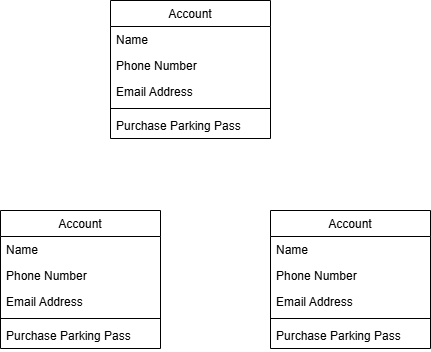
This is init pkpl.drawio.png from anthef/anthef, a draw.io export, as it was before one commit. Source tidied: cells renumbered, new cells last; positions are measured from the earlier drawing's top-left corner, leaving out a move shared by most shapes.
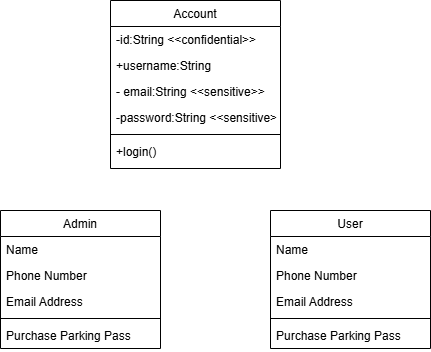
After the change.

What changed in the source:
```diff
@@ -3,24 +3,27 @@
     <mxCell id="0" />
     <mxCell id="1" parent="0" />
     <mxCell id="2" value="Account" style="swimlane;fontStyle=0;align=center;verticalAlign=top;horizontal=1;startSize=26;rounded=0;shadow=0;strokeWidth=1;" parent="1" vertex="1">
-      <mxGeometry x="110" width="160" height="138" as="geometry" />
+      <mxGeometry x="110" width="170" height="168" as="geometry" />
     </mxCell>
+    <mxCell id="20" value="-id:String &lt;&lt;confidential&gt;&gt;" style="text;align=left;verticalAlign=top;spacingLeft=4;spacingRight=4;overflow=hidden;rounded=0;shadow=0;html=0;" parent="2" vertex="1">
+      <mxGeometry y="26" width="170" height="26" as="geometry" />
+    </mxCell>
-    <mxCell id="3" value="Name" style="text;align=left;verticalAlign=top;spacingLeft=4;spacingRight=4;overflow=hidden;" parent="2" vertex="1">
-      <mxGeometry y="26" width="160" height="26" as="geometry" />
+    <mxCell id="3" value="+username:String" style="text;align=left;verticalAlign=top;spacingLeft=4;spacingRight=4;overflow=hidden;" parent="2" vertex="1">
+      <mxGeometry y="52" width="170" height="26" as="geometry" />
     </mxCell>
+    <mxCell id="21" value="- email:String &lt;&lt;sensitive&gt;&gt;" style="text;align=left;verticalAlign=top;spacingLeft=4;spacingRight=4;overflow=hidden;rounded=0;shadow=0;html=0;" parent="2" vertex="1">
+      <mxGeometry y="78" width="170" height="26" as="geometry" />
+    </mxCell>
-    <mxCell id="4" value="Phone Number" style="text;align=left;verticalAlign=top;spacingLeft=4;spacingRight=4;overflow=hidden;rounded=0;shadow=0;html=0;" parent="2" vertex="1">
-      <mxGeometry y="52" width="160" height="26" as="geometry" />
+    <mxCell id="4" value="-password:String &lt;&lt;sensitive&gt;&gt;" style="text;align=left;verticalAlign=top;spacingLeft=4;spacingRight=4;overflow=hidden;rounded=0;shadow=0;html=0;" parent="2" vertex="1">
+      <mxGeometry y="104" width="170" height="26" as="geometry" />
     </mxCell>
-    <mxCell id="5" value="Email Address" style="text;align=left;verticalAlign=top;spacingLeft=4;spacingRight=4;overflow=hidden;rounded=0;shadow=0;html=0;" parent="2" vertex="1">
-      <mxGeometry y="78" width="160" height="26" as="geometry" />
-    </mxCell>
     <mxCell id="6" style="line;html=1;strokeWidth=1;align=left;verticalAlign=middle;spacingTop=-1;spacingLeft=3;spacingRight=3;labelPosition=right;" parent="2" vertex="1">
-      <mxGeometry y="104" width="160" height="8" as="geometry" />
+      <mxGeometry y="130" width="170" height="8" as="geometry" />
     </mxCell>
-    <mxCell id="7" value="Purchase Parking Pass" style="text;align=left;verticalAlign=top;spacingLeft=4;spacingRight=4;overflow=hidden;" parent="2" vertex="1">
-      <mxGeometry y="112" width="160" height="26" as="geometry" />
+    <mxCell id="7" value="+login() " style="text;align=left;verticalAlign=top;spacingLeft=4;spacingRight=4;overflow=hidden;" parent="2" vertex="1">
+      <mxGeometry y="138" width="170" height="30" as="geometry" />
     </mxCell>
-    <mxCell id="8" value="Account" style="swimlane;fontStyle=0;align=center;verticalAlign=top;horizontal=1;startSize=26;rounded=0;shadow=0;strokeWidth=1;" parent="1" vertex="1">
+    <mxCell id="8" value="Admin" style="swimlane;fontStyle=0;align=center;verticalAlign=top;horizontal=1;startSize=26;rounded=0;shadow=0;strokeWidth=1;" parent="1" vertex="1">
       <mxGeometry y="210" width="160" height="138" as="geometry" />
     </mxCell>
     <mxCell id="9" value="Name" style="text;align=left;verticalAlign=top;spacingLeft=4;spacingRight=4;overflow=hidden;" parent="8" vertex="1">
@@ -38,7 +41,7 @@
     <mxCell id="13" value="Purchase Parking Pass" style="text;align=left;verticalAlign=top;spacingLeft=4;spacingRight=4;overflow=hidden;" parent="8" vertex="1">
       <mxGeometry y="112" width="160" height="26" as="geometry" />
     </mxCell>
-    <mxCell id="14" value="Account" style="swimlane;fontStyle=0;align=center;verticalAlign=top;horizontal=1;startSize=26;rounded=0;shadow=0;strokeWidth=1;" parent="1" vertex="1">
+    <mxCell id="14" value="User" style="swimlane;fontStyle=0;align=center;verticalAlign=top;horizontal=1;startSize=26;rounded=0;shadow=0;strokeWidth=1;" parent="1" vertex="1">
       <mxGeometry x="270" y="210" width="160" height="138" as="geometry" />
     </mxCell>
     <mxCell id="15" value="Name" style="text;align=left;verticalAlign=top;spacingLeft=4;spacingRight=4;overflow=hidden;" parent="14" vertex="1">
```
